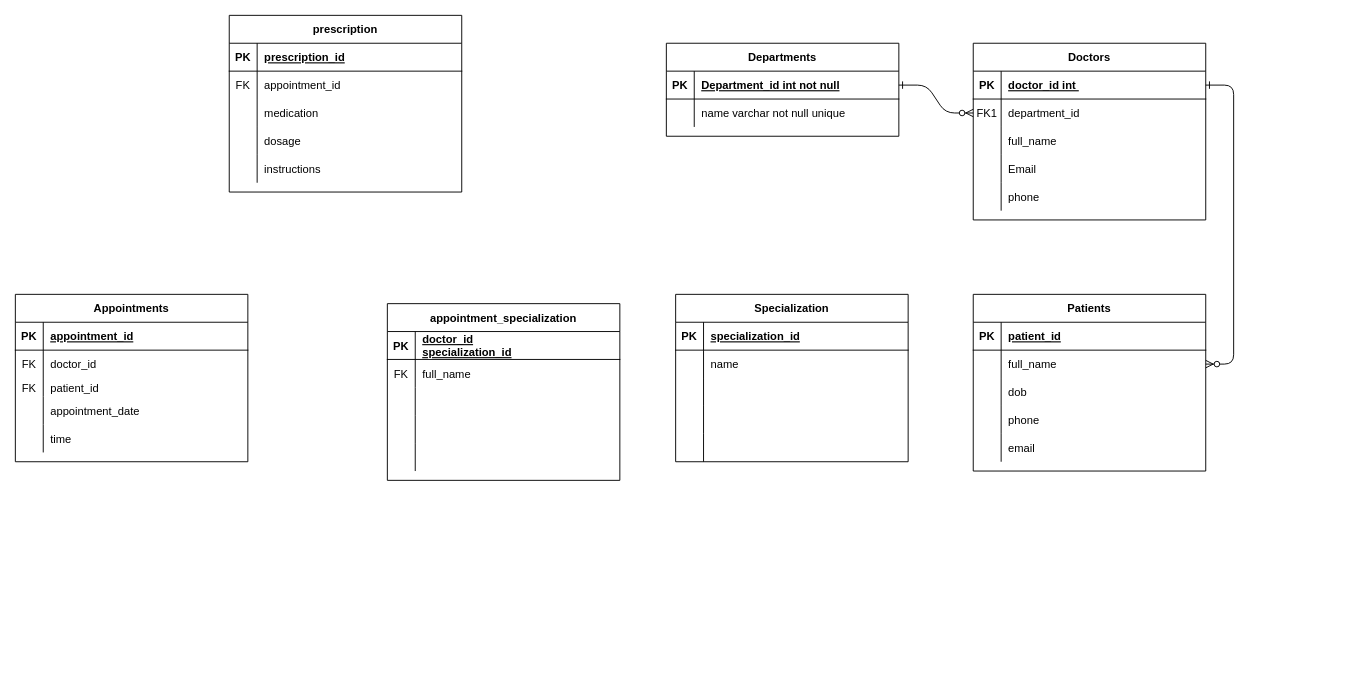
The draw.io diagram Untitled Diagram.drawio in Joy-kitet/clinic-booking, before the edit. Source tidied: cells renumbered, new cells numbered last; positions are measured from the earlier drawing's top-left corner, leaving out a move shared by most shapes. Both pictures are drawn from the tidied source at 93%, with x=0, y=0 at pixel (15, 15).
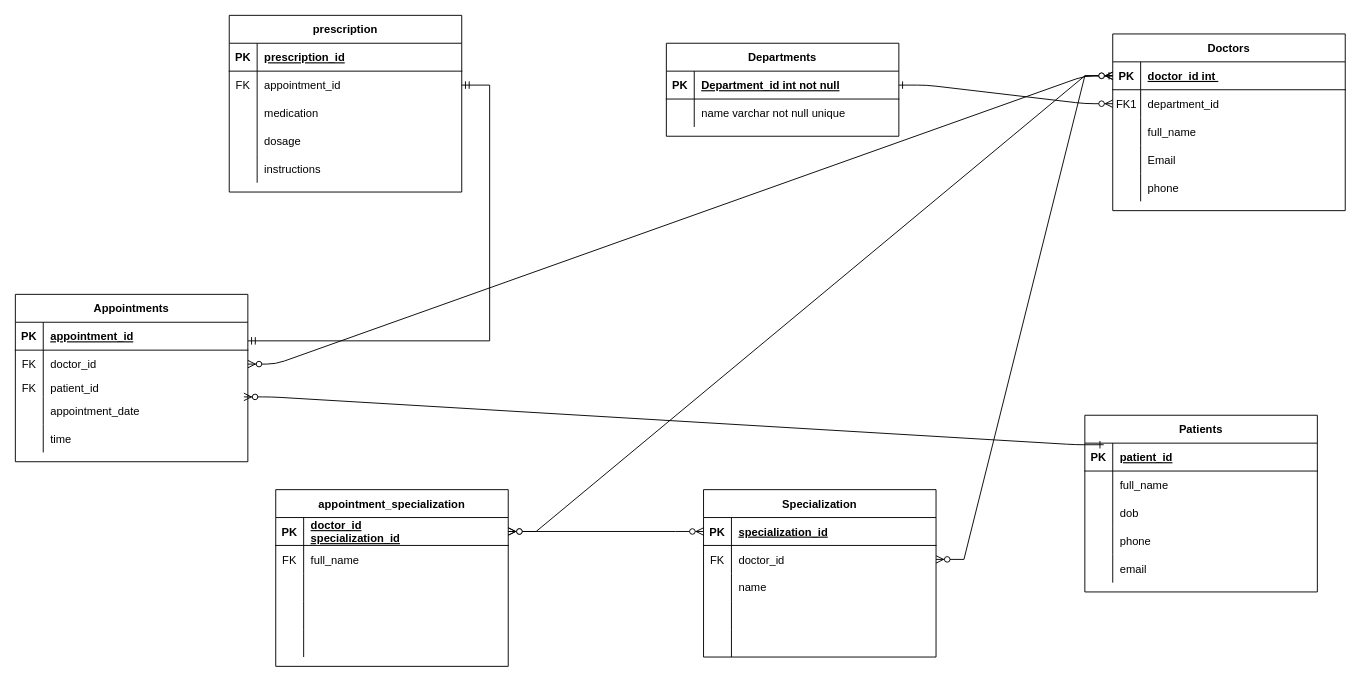
Above is the later version.

The change refers to these unchanged cells:
```xml
<mxCell id="5" style="shape=partialRectangle;fillColor=none;points=[[0,0.5],[1,0.5]];portConstraint=eastwest;top=0;left=0;right=0;bottom=1;" parent="4" vertex="1">
  <mxGeometry y="30" width="250" height="30" as="geometry" />
</mxCell>
<mxCell id="21" style="shape=partialRectangle;fillColor=none;points=[[0,0.5],[1,0.5]];portConstraint=eastwest;top=0;left=0;right=0;bottom=1;" parent="20" vertex="1">
  <mxGeometry y="30" width="250" height="30" as="geometry" />
</mxCell>
<mxCell id="24" style="shape=partialRectangle;fillColor=none;points=[[0,0.5],[1,0.5]];portConstraint=eastwest;top=0;left=0;right=0;bottom=0;" parent="20" vertex="1">
  <mxGeometry y="60" width="250" height="30" as="geometry" />
</mxCell>
<mxCell id="44" style="shape=partialRectangle;fillColor=none;points=[[0,0.5],[1,0.5]];portConstraint=eastwest;top=0;left=0;right=0;bottom=1;" parent="43" vertex="1">
  <mxGeometry y="30" width="250" height="30" as="geometry" />
</mxCell>
<mxCell id="47" style="shape=partialRectangle;fillColor=none;points=[[0,0.5],[1,0.5]];portConstraint=eastwest;top=0;left=0;right=0;bottom=0;" parent="43" vertex="1">
  <mxGeometry y="60" width="250" height="30" as="geometry" />
</mxCell>
<mxCell id="50" style="shape=partialRectangle;fillColor=none;top=0;left=0;right=0;bottom=0;" parent="43" vertex="1">
  <mxGeometry y="90" width="250" height="30" as="geometry" />
</mxCell>
<mxCell id="60" style="shape=partialRectangle;fillColor=none;points=[[0,0.5],[1,0.5]];portConstraint=eastwest;top=0;left=0;right=0;bottom=1;" parent="59" vertex="1">
  <mxGeometry y="30" width="250" height="30" as="geometry" />
</mxCell>
<mxCell id="79" style="shape=partialRectangle;fillColor=none;points=[[0,0.5],[1,0.5]];portConstraint=eastwest;top=0;left=0;right=0;bottom=0;" parent="75" vertex="1">
  <mxGeometry y="60" width="250" height="30" as="geometry" />
</mxCell>
<mxCell id="82" style="shape=partialRectangle;fillColor=none;points=[[0,0.5],[1,0.5]];portConstraint=eastwest;top=0;left=0;right=0;bottom=0;" parent="75" vertex="1">
  <mxGeometry y="90" width="250" height="20" as="geometry" />
</mxCell>
<mxCell id="95" style="shape=partialRectangle;fillColor=none;points=[[0,0.5],[1,0.5]];portConstraint=eastwest;top=0;left=0;right=0;bottom=0;" parent="91" vertex="1">
  <mxGeometry y="60" width="250" height="30" as="geometry" />
</mxCell>
```

What changed in the source:
```diff
@@
-    <mxCell id="3" style="edgeStyle=entityRelationEdgeStyle;endArrow=ERzeroToMany;startArrow=ERone;endFill=1;startFill=0;" parent="1" edge="1" source="5" target="24">
+    <mxCell id="3" style="edgeStyle=entityRelationEdgeStyle;endArrow=ERzeroToMany;startArrow=ERone;endFill=1;startFill=0;" parent="1" edge="1" source="5" target="79">
       <mxGeometry relative="1" as="geometry" />
     </mxCell>
     <mxCell id="4" value="Doctors" style="shape=table;startSize=30;childLayout=tableLayout;rowLines=0;fontStyle=1;align=center;" parent="1" vertex="1">
-      <mxGeometry x="1030" y="30" width="250" height="190" as="geometry" />
+      <mxGeometry x="1180" y="20" width="250" height="190" as="geometry" />
     </mxCell>
@@
     <mxCell id="20" value="Patients" style="shape=table;startSize=30;childLayout=tableLayout;rowLines=0;fontStyle=1;align=center;" parent="1" vertex="1">
-      <mxGeometry x="1030" y="300" width="250" height="190" as="geometry" />
+      <mxGeometry x="1150" y="430" width="250" height="190" as="geometry" />
     </mxCell>
@@
     <mxCell id="43" value="Specialization" style="shape=table;startSize=30;childLayout=tableLayout;rowLines=0;fontStyle=1;align=center;" parent="1" vertex="1">
-      <mxGeometry x="710" y="300" width="250" height="180" as="geometry" />
+      <mxGeometry x="740" y="510" width="250" height="180" as="geometry" />
     </mxCell>
@@
-    <mxCell id="48" style="shape=partialRectangle;overflow=hidden;fillColor=none;top=0;left=0;bottom=0;right=0;" parent="47" vertex="1">
+    <mxCell id="48" value="FK" style="shape=partialRectangle;overflow=hidden;fillColor=none;top=0;left=0;bottom=0;right=0;" parent="47" vertex="1">
       <mxGeometry width="30" height="30" as="geometry" />
     </mxCell>
-    <mxCell id="49" value="name" style="shape=partialRectangle;overflow=hidden;fillColor=none;top=0;left=0;bottom=0;right=0;align=left;spacingLeft=6;" parent="47" vertex="1">
+    <mxCell id="49" value="doctor_id" style="shape=partialRectangle;overflow=hidden;fillColor=none;top=0;left=0;bottom=0;right=0;align=left;spacingLeft=6;" parent="47" vertex="1">
       <mxGeometry x="30" width="220" height="30" as="geometry" />
     </mxCell>
@@
-    <mxCell id="52" style="shape=partialRectangle;overflow=hidden;fillColor=none;top=0;left=0;bottom=0;right=0;align=left;spacingLeft=6;" parent="50" vertex="1">
+    <mxCell id="52" value="name" style="shape=partialRectangle;overflow=hidden;fillColor=none;top=0;left=0;bottom=0;right=0;align=left;spacingLeft=6;" parent="50" vertex="1">
       <mxGeometry x="30" width="220" height="30" as="geometry" />
     </mxCell>
@@
     <mxCell id="59" value="appointment_specialization" style="shape=table;startSize=30;childLayout=tableLayout;rowLines=0;fontStyle=1;align=center;" parent="1" vertex="1">
-      <mxGeometry x="400" y="310" width="250" height="190" as="geometry" />
+      <mxGeometry x="280" y="510" width="250" height="190" as="geometry" />
     </mxCell>
@@
+    <mxCell id="107" style="edgeStyle=entityRelationEdgeStyle;endArrow=ERzeroToMany;startArrow=ERone;endFill=1;startFill=0;entryX=0.983;entryY=1.014;entryDx=0;entryDy=0;entryPerimeter=0;exitX=0.081;exitY=0.057;exitDx=0;exitDy=0;exitPerimeter=0;" parent="1" edge="1" source="21" target="82">
+      <mxGeometry relative="1" as="geometry" />
+    </mxCell>
+    <mxCell id="108" style="edgeStyle=entityRelationEdgeStyle;fontSize=12;html=1;endArrow=ERzeroToMany;endFill=1;startArrow=ERzeroToMany;rounded=0;" parent="1" edge="1" source="47" target="5">
+      <mxGeometry relative="1" as="geometry" />
+    </mxCell>
+    <mxCell id="109" style="edgeStyle=entityRelationEdgeStyle;fontSize=12;html=1;endArrow=ERzeroToMany;endFill=1;startArrow=ERzeroToMany;rounded=0;" parent="1" edge="1" source="60" target="44">
+      <mxGeometry relative="1" as="geometry" />
+    </mxCell>
+    <mxCell id="110" style="edgeStyle=entityRelationEdgeStyle;fontSize=12;html=1;endArrow=ERzeroToMany;endFill=1;startArrow=ERzeroToMany;rounded=0;entryX=0;entryY=0.5;entryDx=0;entryDy=0;" parent="1" edge="1" source="60" target="5">
+      <mxGeometry relative="1" as="geometry" />
+    </mxCell>
+    <mxCell id="111" style="edgeStyle=entityRelationEdgeStyle;fontSize=12;html=1;endArrow=ERmandOne;startArrow=ERmandOne;rounded=0;" parent="1" edge="1" target="95">
+      <mxGeometry relative="1" as="geometry">
+        <mxPoint x="250" y="350" as="sourcePoint" />
+      </mxGeometry>
+    </mxCell>
```
